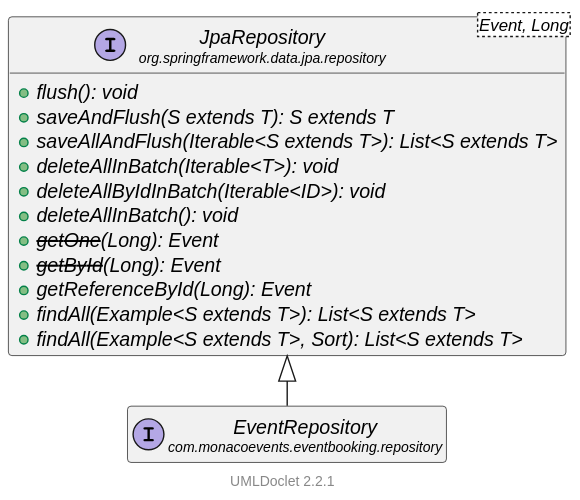
Earlier version of the PlantUML export docs/uml/com/monacoevents/eventbooking/repository/EventRepository.svg (LorisDrid/event-booking-api). Its diagram source:
```plantuml
@startuml


    !pragma layout smetana

    set namespaceSeparator none
    hide empty fields
    hide empty methods

    interface "<size:14>EventRepository\n<size:10>com.monacoevents.eventbooking.repository" as com.monacoevents.eventbooking.repository.EventRepository [[..\..\..\..\..\..\target\reports\apidocs\com\monacoevents\eventbooking\repository\EventRepository.html]]

    interface "<size:14>JpaRepository\n<size:10>org.springframework.data.jpa.repository" as org.springframework.data.jpa.repository.JpaRepository<Event, Long> {
        {abstract} +flush(): void
        {abstract} +saveAndFlush(S extends T): S extends T
        {abstract} +saveAllAndFlush(Iterable<S extends T>): List<S extends T>
        {abstract} +deleteAllInBatch(Iterable<T>): void
        {abstract} +deleteAllByIdInBatch(Iterable<ID>): void
        {abstract} +deleteAllInBatch(): void
        {abstract} +--getOne--(Long): Event
        {abstract} +--getById--(Long): Event
        {abstract} +getReferenceById(Long): Event
        {abstract} +findAll(Example<S extends T>): List<S extends T>
        {abstract} +findAll(Example<S extends T>, Sort): List<S extends T>
    }

    org.springframework.data.jpa.repository.JpaRepository <|-- com.monacoevents.eventbooking.repository.EventRepository

    <style>
        footer {
            HyperLinkColor #8
            HyperLinkUnderlineThickness 0
        }
    </style>
    footer \n[[https://github.com/talsma-ict/umldoclet UMLDoclet 2.2.1]]
@enduml
```
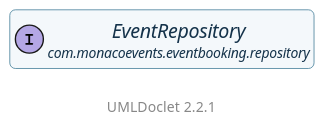
The same file after the commit.

What changed in the source:
```diff
@@ -1,29 +1,26 @@
 @startuml
 
 
-    !pragma layout smetana
+    skinparam shadowing false
+    skinparam roundCorner 8
+    skinparam defaultFontName Segoe UI
+    skinparam defaultFontSize 13
+    skinparam classBackgroundColor #F4F8FB
+    skinparam classBorderColor #2C6E8C
+    skinparam classArrowColor #2C6E8C
+    skinparam classFontColor #14324A
+    skinparam interfaceBackgroundColor #EAF6F0
+    skinparam interfaceBorderColor #2E9E6C
+    skinparam packageBackgroundColor #FBFBFD
+    skinparam packageBorderColor #B8C4D0
+    skinparam packageFontColor #33475B
+    !pragma layout dot
 
     set namespaceSeparator none
     hide empty fields
     hide empty methods
 
     interface "<size:14>EventRepository\n<size:10>com.monacoevents.eventbooking.repository" as com.monacoevents.eventbooking.repository.EventRepository [[..\..\..\..\..\..\target\reports\apidocs\com\monacoevents\eventbooking\repository\EventRepository.html]]
-
-    interface "<size:14>JpaRepository\n<size:10>org.springframework.data.jpa.repository" as org.springframework.data.jpa.repository.JpaRepository<Event, Long> {
-        {abstract} +flush(): void
-        {abstract} +saveAndFlush(S extends T): S extends T
-        {abstract} +saveAllAndFlush(Iterable<S extends T>): List<S extends T>
-        {abstract} +deleteAllInBatch(Iterable<T>): void
-        {abstract} +deleteAllByIdInBatch(Iterable<ID>): void
-        {abstract} +deleteAllInBatch(): void
-        {abstract} +--getOne--(Long): Event
-        {abstract} +--getById--(Long): Event
-        {abstract} +getReferenceById(Long): Event
-        {abstract} +findAll(Example<S extends T>): List<S extends T>
-        {abstract} +findAll(Example<S extends T>, Sort): List<S extends T>
-    }
-
-    org.springframework.data.jpa.repository.JpaRepository <|-- com.monacoevents.eventbooking.repository.EventRepository
 
     <style>
         footer {
```
